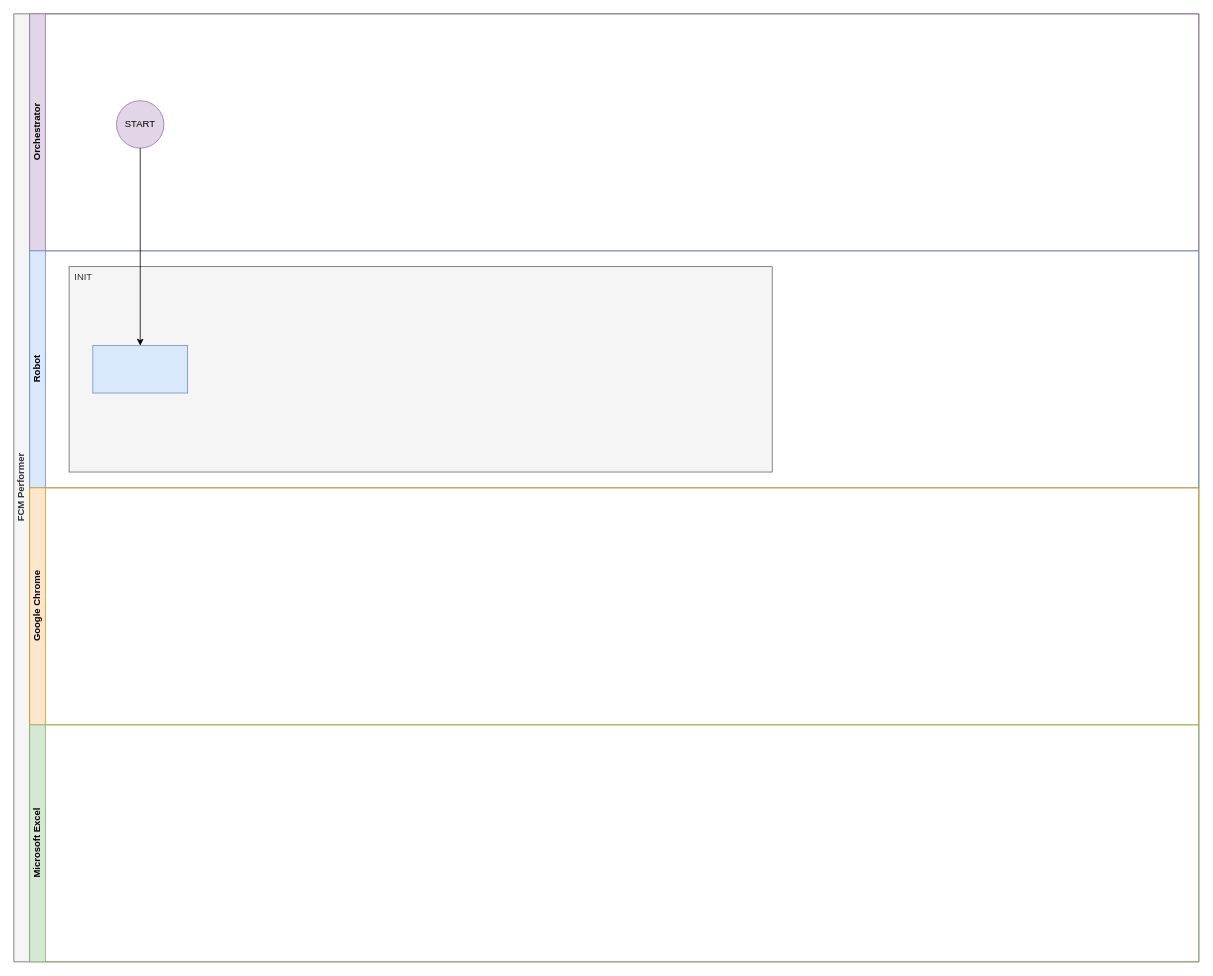
Before: Dispatcher.drawio in mattuptonFCTG/diagrams, a draw.io diagram. Source tidied: cells renumbered, new cells numbered last; positions are measured from the earlier drawing's top-left corner, leaving out a move shared by most shapes. Both pictures are drawn from the tidied source at 79%, with x=0, y=0 at pixel (13, 13).
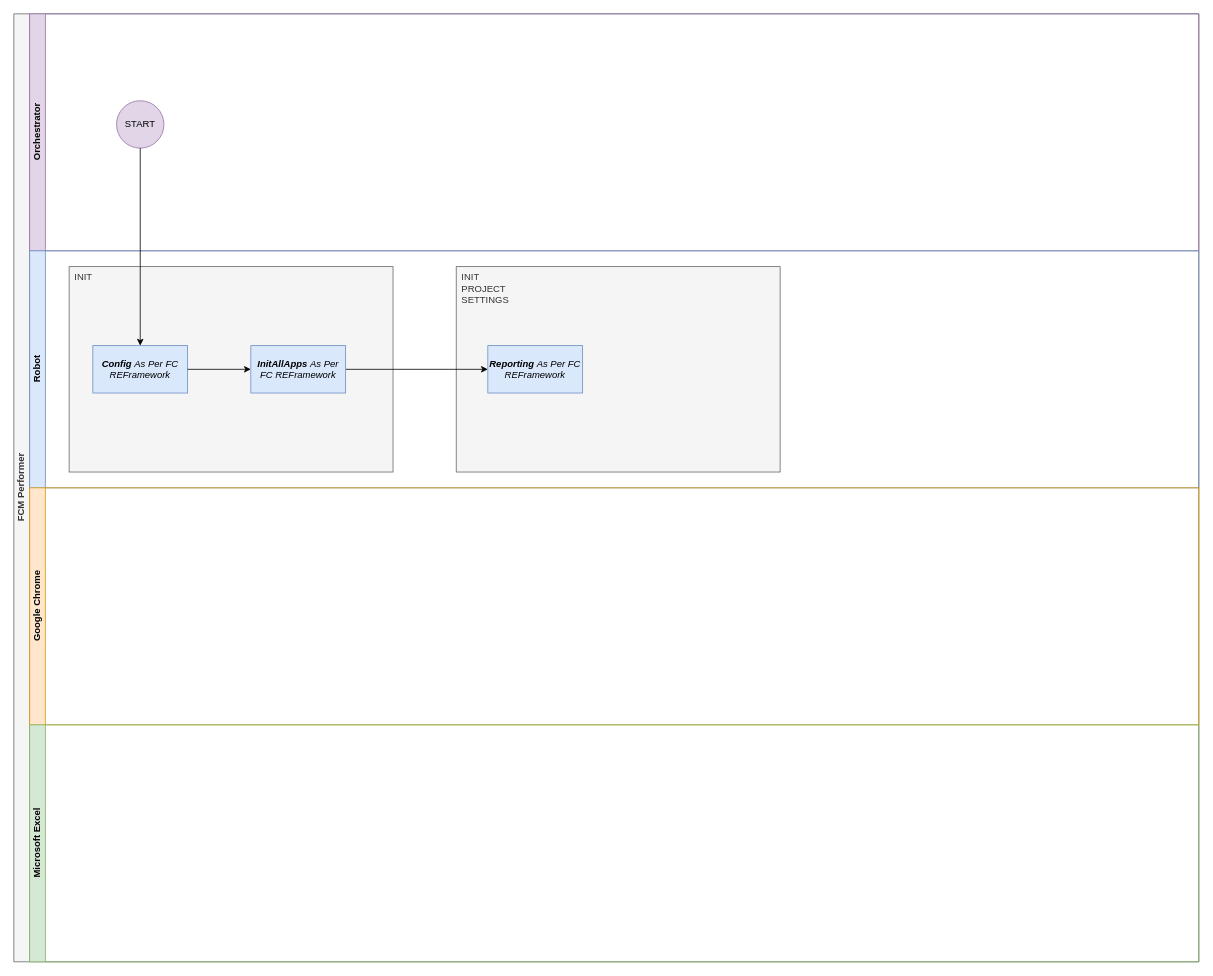
The same diagram, later.

What changed in the source:
```diff
@@
 <mxGraphModel>
   <root>
     <mxCell id="0" />
     <mxCell id="1" parent="0" />
     <mxCell id="2" value="FCM Performer" style="swimlane;html=1;horizontal=0;startSize=20;fillColor=#f5f5f5;strokeColor=#666666;fontColor=#333333;" parent="1" vertex="1">
       <mxGeometry width="1500" height="1200" as="geometry" />
     </mxCell>
     <mxCell id="3" value="Orchestrator" style="swimlane;html=1;startSize=20;horizontal=0;fillColor=#e1d5e7;strokeColor=#9673a6;" parent="2" vertex="1">
       <mxGeometry x="20" width="1480" height="300" as="geometry" />
     </mxCell>
     <mxCell id="4" value="START" style="ellipse;whiteSpace=wrap;html=1;fillColor=#e1d5e7;strokeColor=#9673a6;" parent="3" vertex="1">
       <mxGeometry x="110" y="110" width="60" height="60" as="geometry" />
     </mxCell>
     <mxCell id="5" value="Robot" style="swimlane;html=1;startSize=20;horizontal=0;fillColor=#dae8fc;strokeColor=#6c8ebf;" parent="2" vertex="1">
       <mxGeometry x="20" y="300" width="1480" height="300" as="geometry" />
     </mxCell>
     <mxCell id="6" value="INIT" style="rounded=0;whiteSpace=wrap;html=1;fillColor=#f5f5f5;fontColor=#333333;strokeColor=#666666;align=left;verticalAlign=top;labelPosition=center;verticalLabelPosition=middle;spacingLeft=5;" parent="5" vertex="1">
-      <mxGeometry x="50" y="20" width="890" height="260" as="geometry" />
+      <mxGeometry x="50" y="20" width="410" height="260" as="geometry" />
     </mxCell>
-    <mxCell id="7" style="whiteSpace=wrap;html=1;fillColor=#dae8fc;strokeColor=#6c8ebf;" parent="5" vertex="1">
+    <mxCell id="7" value="&lt;i&gt;&lt;b&gt;Config&lt;/b&gt;&amp;nbsp;As Per FC REFramework&lt;/i&gt;" style="whiteSpace=wrap;html=1;fillColor=#dae8fc;strokeColor=#6c8ebf;" parent="5" vertex="1">
       <mxGeometry x="80" y="120" width="120" height="60" as="geometry" />
     </mxCell>
+    <mxCell id="11" value="INIT&lt;br&gt;PROJECT&lt;br&gt;SETTINGS" style="rounded=0;whiteSpace=wrap;html=1;fillColor=#f5f5f5;fontColor=#333333;strokeColor=#666666;align=left;verticalAlign=top;labelPosition=center;verticalLabelPosition=middle;spacingLeft=5;" parent="5" vertex="1">
+      <mxGeometry x="540" y="20" width="410" height="260" as="geometry" />
+    </mxCell>
+    <mxCell id="12" value="&lt;i&gt;&lt;b&gt;Reporting&lt;/b&gt;&amp;nbsp;As Per FC REFramework&lt;/i&gt;" style="whiteSpace=wrap;html=1;fillColor=#dae8fc;strokeColor=#6c8ebf;" parent="5" vertex="1">
+      <mxGeometry x="580" y="120" width="120" height="60" as="geometry" />
+    </mxCell>
     <mxCell id="8" value="Google Chrome" style="swimlane;html=1;startSize=20;horizontal=0;fillColor=#ffe6cc;strokeColor=#d79b00;" parent="2" vertex="1">
       <mxGeometry x="20" y="600" width="1480" height="300" as="geometry" />
     </mxCell>
     <mxCell id="9" value="Microsoft Excel" style="swimlane;html=1;startSize=20;horizontal=0;fillColor=#d5e8d4;strokeColor=#82b366;" parent="2" vertex="1">
       <mxGeometry x="20" y="900" width="1480" height="300" as="geometry" />
     </mxCell>
     <mxCell id="10" style="edgeStyle=orthogonalEdgeStyle;rounded=0;jettySize=auto;html=1;" parent="2" edge="1" source="4" target="7">
       <mxGeometry relative="1" as="geometry" />
     </mxCell>
+    <mxCell id="13" style="edgeStyle=orthogonalEdgeStyle;rounded=0;jettySize=auto;html=1;" parent="1" edge="1" source="14" target="12">
+      <mxGeometry relative="1" as="geometry" />
+    </mxCell>
+    <mxCell id="14" value="&lt;i&gt;&lt;b&gt;InitAllApps&amp;nbsp;&lt;/b&gt;As Per FC REFramework&lt;/i&gt;" style="whiteSpace=wrap;html=1;fillColor=#dae8fc;strokeColor=#6c8ebf;" parent="1" vertex="1">
+      <mxGeometry x="300" y="420" width="120" height="60" as="geometry" />
+    </mxCell>
+    <mxCell id="15" style="edgeStyle=orthogonalEdgeStyle;rounded=0;jettySize=auto;html=1;" parent="1" edge="1" source="7" target="14">
+      <mxGeometry relative="1" as="geometry" />
+    </mxCell>
   </root>
 </mxGraphModel>
```
